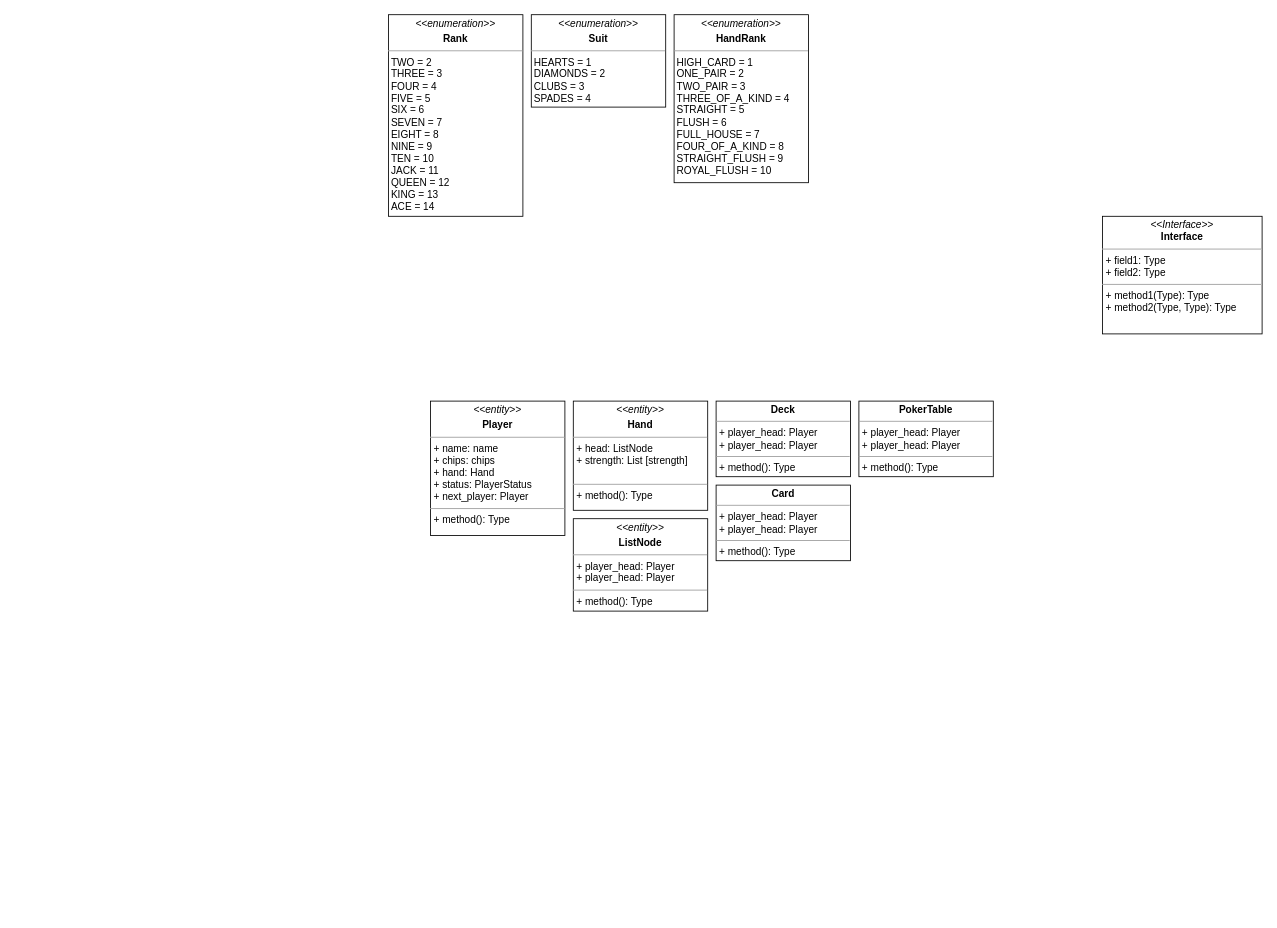
This is poker-game.drawio from windx987/poker-games, a draw.io file, before an edit. Source tidied: cells renumbered, new cells numbered last; positions are measured from the earlier drawing's top-left corner, leaving out a move shared by most shapes. Both pictures are drawn from the tidied source at 84%, with x=0, y=0 at pixel (388, 14).
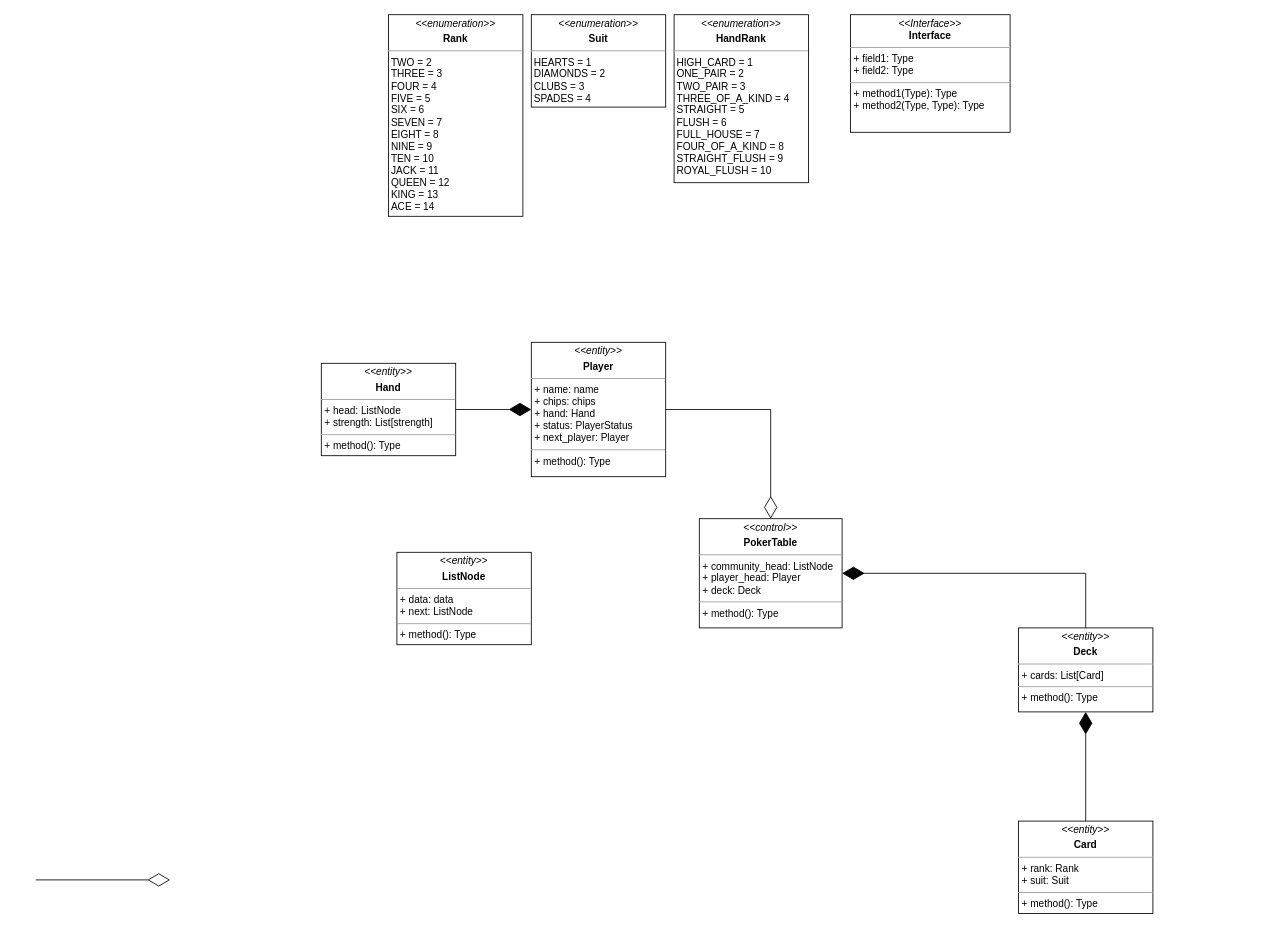
After the change.

The edit, as a diff of the source:
```diff
@@
     <mxCell id="2" value="&lt;p style=&quot;margin:0px;margin-top:4px;text-align:center;&quot;&gt;&lt;i&gt;&amp;lt;&amp;lt;Interface&amp;gt;&amp;gt;&lt;/i&gt;&lt;br/&gt;&lt;b&gt;Interface&lt;/b&gt;&lt;/p&gt;&lt;hr size=&quot;1&quot;/&gt;&lt;p style=&quot;margin:0px;margin-left:4px;&quot;&gt;+ field1: Type&lt;br/&gt;+ field2: Type&lt;/p&gt;&lt;hr size=&quot;1&quot;/&gt;&lt;p style=&quot;margin:0px;margin-left:4px;&quot;&gt;+ method1(Type): Type&lt;br/&gt;+ method2(Type, Type): Type&lt;/p&gt;" style="verticalAlign=top;align=left;overflow=fill;fontSize=12;fontFamily=Helvetica;html=1;whiteSpace=wrap;" parent="1" vertex="1">
-      <mxGeometry x="850" y="240" width="190" height="140" as="geometry" />
+      <mxGeometry x="550" width="190" height="140" as="geometry" />
     </mxCell>
-    <mxCell id="3" value="&lt;p style=&quot;margin:0px;margin-top:4px;text-align:center;&quot;&gt;&lt;b&gt;PokerTable&lt;/b&gt;&lt;/p&gt;&lt;hr size=&quot;1&quot;&gt;&lt;p style=&quot;margin:0px;margin-left:4px;&quot;&gt;+ player_head: Player&lt;/p&gt;&lt;p style=&quot;margin:0px;margin-left:4px;&quot;&gt;+ player_head: Player&lt;br&gt;&lt;/p&gt;&lt;hr size=&quot;1&quot;&gt;&lt;p style=&quot;margin:0px;margin-left:4px;&quot;&gt;+ method(): Type&lt;/p&gt;" style="verticalAlign=top;align=left;overflow=fill;fontSize=12;fontFamily=Helvetica;html=1;whiteSpace=wrap;" parent="1" vertex="1">
-      <mxGeometry x="560" y="460" width="160" height="90" as="geometry" />
+    <mxCell id="3" value="&lt;p style=&quot;margin:0px;margin-top:4px;text-align:center;&quot;&gt;&lt;i style=&quot;border-color: var(--border-color);&quot;&gt;&amp;lt;&amp;lt;control&amp;gt;&amp;gt;&lt;/i&gt;&lt;b style=&quot;&quot;&gt;&lt;br&gt;&lt;/b&gt;&lt;/p&gt;&lt;p style=&quot;margin:0px;margin-top:4px;text-align:center;&quot;&gt;&lt;b&gt;PokerTable&lt;/b&gt;&lt;/p&gt;&lt;hr size=&quot;1&quot;&gt;&lt;p style=&quot;margin:0px;margin-left:4px;&quot;&gt;+ community_head: ListNode&lt;/p&gt;&lt;p style=&quot;margin:0px;margin-left:4px;&quot;&gt;+ player_head: Player&lt;br&gt;&lt;/p&gt;&lt;p style=&quot;margin:0px;margin-left:4px;&quot;&gt;+ deck: Deck&lt;/p&gt;&lt;hr size=&quot;1&quot;&gt;&lt;p style=&quot;margin:0px;margin-left:4px;&quot;&gt;+ method(): Type&lt;/p&gt;" style="verticalAlign=top;align=left;overflow=fill;fontSize=12;fontFamily=Helvetica;html=1;whiteSpace=wrap;" parent="1" vertex="1">
+      <mxGeometry x="370" y="600" width="170" height="130" as="geometry" />
     </mxCell>
     <mxCell id="4" value="&lt;p style=&quot;margin:0px;margin-top:4px;text-align:center;&quot;&gt;&lt;i style=&quot;border-color: var(--border-color);&quot;&gt;&amp;lt;&amp;lt;entity&amp;gt;&amp;gt;&lt;/i&gt;&lt;b style=&quot;&quot;&gt;&lt;br&gt;&lt;/b&gt;&lt;/p&gt;&lt;p style=&quot;margin:0px;margin-top:4px;text-align:center;&quot;&gt;&lt;b&gt;Player&lt;/b&gt;&lt;/p&gt;&lt;hr size=&quot;1&quot;&gt;&lt;p style=&quot;margin:0px;margin-left:4px;&quot;&gt;+ name: name&lt;/p&gt;&lt;p style=&quot;margin:0px;margin-left:4px;&quot;&gt;+ chips: chips&lt;br&gt;&lt;/p&gt;&lt;p style=&quot;margin:0px;margin-left:4px;&quot;&gt;+ hand: Hand&lt;br&gt;&lt;/p&gt;&lt;p style=&quot;margin:0px;margin-left:4px;&quot;&gt;+ status: PlayerStatus&lt;br&gt;&lt;/p&gt;&lt;p style=&quot;margin:0px;margin-left:4px;&quot;&gt;+ next_player: Player&lt;br&gt;&lt;/p&gt;&lt;hr size=&quot;1&quot;&gt;&lt;p style=&quot;margin:0px;margin-left:4px;&quot;&gt;+ method(): Type&lt;/p&gt;" style="verticalAlign=top;align=left;overflow=fill;fontSize=12;fontFamily=Helvetica;html=1;whiteSpace=wrap;" parent="1" vertex="1">
-      <mxGeometry x="50" y="460" width="160" height="160" as="geometry" />
+      <mxGeometry x="170" y="390" width="160" height="160" as="geometry" />
     </mxCell>
-    <mxCell id="5" value="&lt;p style=&quot;margin:0px;margin-top:4px;text-align:center;&quot;&gt;&lt;b&gt;Deck&lt;/b&gt;&lt;/p&gt;&lt;hr size=&quot;1&quot;&gt;&lt;p style=&quot;margin:0px;margin-left:4px;&quot;&gt;+ player_head: Player&lt;/p&gt;&lt;p style=&quot;margin:0px;margin-left:4px;&quot;&gt;+ player_head: Player&lt;br&gt;&lt;/p&gt;&lt;hr size=&quot;1&quot;&gt;&lt;p style=&quot;margin:0px;margin-left:4px;&quot;&gt;+ method(): Type&lt;/p&gt;" style="verticalAlign=top;align=left;overflow=fill;fontSize=12;fontFamily=Helvetica;html=1;whiteSpace=wrap;" parent="1" vertex="1">
-      <mxGeometry x="390" y="460" width="160" height="90" as="geometry" />
-    </mxCell>
-    <mxCell id="6" value="&lt;p style=&quot;margin:0px;margin-top:4px;text-align:center;&quot;&gt;&lt;b&gt;Card&lt;/b&gt;&lt;/p&gt;&lt;hr size=&quot;1&quot;&gt;&lt;p style=&quot;margin:0px;margin-left:4px;&quot;&gt;+ player_head: Player&lt;/p&gt;&lt;p style=&quot;margin:0px;margin-left:4px;&quot;&gt;+ player_head: Player&lt;br&gt;&lt;/p&gt;&lt;hr size=&quot;1&quot;&gt;&lt;p style=&quot;margin:0px;margin-left:4px;&quot;&gt;+ method(): Type&lt;/p&gt;" style="verticalAlign=top;align=left;overflow=fill;fontSize=12;fontFamily=Helvetica;html=1;whiteSpace=wrap;" parent="1" vertex="1">
-      <mxGeometry x="390" y="560" width="160" height="90" as="geometry" />
-    </mxCell>
@@
-    <mxCell id="9" value="&lt;p style=&quot;margin:0px;margin-top:4px;text-align:center;&quot;&gt;&lt;i style=&quot;border-color: var(--border-color);&quot;&gt;&amp;lt;&amp;lt;entity&amp;gt;&amp;gt;&lt;/i&gt;&lt;b style=&quot;&quot;&gt;&lt;br&gt;&lt;/b&gt;&lt;/p&gt;&lt;p style=&quot;margin:0px;margin-top:4px;text-align:center;&quot;&gt;&lt;b&gt;ListNode&lt;/b&gt;&lt;/p&gt;&lt;hr size=&quot;1&quot;&gt;&lt;p style=&quot;margin:0px;margin-left:4px;&quot;&gt;+ player_head: Player&lt;/p&gt;&lt;p style=&quot;margin:0px;margin-left:4px;&quot;&gt;+ player_head: Player&lt;br&gt;&lt;/p&gt;&lt;hr size=&quot;1&quot;&gt;&lt;p style=&quot;margin:0px;margin-left:4px;&quot;&gt;+ method(): Type&lt;/p&gt;" style="verticalAlign=top;align=left;overflow=fill;fontSize=12;fontFamily=Helvetica;html=1;whiteSpace=wrap;" parent="1" vertex="1">
-      <mxGeometry x="220" y="600" width="160" height="110" as="geometry" />
+    <mxCell id="9" value="&lt;p style=&quot;margin:0px;margin-top:4px;text-align:center;&quot;&gt;&lt;i style=&quot;border-color: var(--border-color);&quot;&gt;&amp;lt;&amp;lt;entity&amp;gt;&amp;gt;&lt;/i&gt;&lt;b style=&quot;&quot;&gt;&lt;br&gt;&lt;/b&gt;&lt;/p&gt;&lt;p style=&quot;margin:0px;margin-top:4px;text-align:center;&quot;&gt;&lt;b&gt;ListNode&lt;/b&gt;&lt;/p&gt;&lt;hr size=&quot;1&quot;&gt;&lt;p style=&quot;margin:0px;margin-left:4px;&quot;&gt;+ data: data&lt;/p&gt;&lt;p style=&quot;margin: 0px 0px 0px 4px;&quot;&gt;+ next: ListNode&lt;br&gt;&lt;/p&gt;&lt;hr size=&quot;1&quot;&gt;&lt;p style=&quot;margin:0px;margin-left:4px;&quot;&gt;+ method(): Type&lt;/p&gt;" style="verticalAlign=top;align=left;overflow=fill;fontSize=12;fontFamily=Helvetica;html=1;whiteSpace=wrap;" parent="1" vertex="1">
+      <mxGeometry x="10" y="640" width="160" height="110" as="geometry" />
     </mxCell>
-    <mxCell id="10" value="&lt;p style=&quot;margin:0px;margin-top:4px;text-align:center;&quot;&gt;&lt;i style=&quot;border-color: var(--border-color);&quot;&gt;&amp;lt;&amp;lt;entity&amp;gt;&amp;gt;&lt;/i&gt;&lt;b style=&quot;&quot;&gt;&lt;br&gt;&lt;/b&gt;&lt;/p&gt;&lt;p style=&quot;margin:0px;margin-top:4px;text-align:center;&quot;&gt;&lt;b&gt;Hand&lt;/b&gt;&lt;/p&gt;&lt;hr size=&quot;1&quot;&gt;&lt;p style=&quot;margin:0px;margin-left:4px;&quot;&gt;+ head: ListNode&lt;/p&gt;&lt;p style=&quot;margin: 0px 0px 0px 4px;&quot;&gt;+ strength: List [strength]&lt;/p&gt;&lt;br&gt;&lt;hr size=&quot;1&quot;&gt;&lt;p style=&quot;margin:0px;margin-left:4px;&quot;&gt;+ method(): Type&lt;/p&gt;" style="verticalAlign=top;align=left;overflow=fill;fontSize=12;fontFamily=Helvetica;html=1;whiteSpace=wrap;" parent="1" vertex="1">
-      <mxGeometry x="220" y="460" width="160" height="130" as="geometry" />
-    </mxCell>
@@
+    <mxCell id="13" value="&lt;p style=&quot;margin:0px;margin-top:4px;text-align:center;&quot;&gt;&lt;i style=&quot;border-color: var(--border-color);&quot;&gt;&amp;lt;&amp;lt;entity&amp;gt;&amp;gt;&lt;/i&gt;&lt;b style=&quot;&quot;&gt;&lt;br&gt;&lt;/b&gt;&lt;/p&gt;&lt;p style=&quot;margin:0px;margin-top:4px;text-align:center;&quot;&gt;&lt;b&gt;Deck&lt;/b&gt;&lt;/p&gt;&lt;hr size=&quot;1&quot;&gt;&lt;p style=&quot;margin:0px;margin-left:4px;&quot;&gt;+ cards: List[Card]&lt;/p&gt;&lt;hr size=&quot;1&quot;&gt;&lt;p style=&quot;margin:0px;margin-left:4px;&quot;&gt;+ method(): Type&lt;/p&gt;" style="verticalAlign=top;align=left;overflow=fill;fontSize=12;fontFamily=Helvetica;html=1;whiteSpace=wrap;" parent="1" vertex="1">
+      <mxGeometry x="750" y="730" width="160" height="100" as="geometry" />
+    </mxCell>
+    <mxCell id="14" value="&lt;p style=&quot;margin:0px;margin-top:4px;text-align:center;&quot;&gt;&lt;i style=&quot;border-color: var(--border-color);&quot;&gt;&amp;lt;&amp;lt;entity&amp;gt;&amp;gt;&lt;/i&gt;&lt;b style=&quot;&quot;&gt;&lt;br&gt;&lt;/b&gt;&lt;/p&gt;&lt;p style=&quot;margin:0px;margin-top:4px;text-align:center;&quot;&gt;&lt;b&gt;Hand&lt;/b&gt;&lt;/p&gt;&lt;hr size=&quot;1&quot;&gt;&lt;p style=&quot;border-color: var(--border-color); margin: 0px 0px 0px 4px;&quot;&gt;+ head: ListNode&lt;/p&gt;&lt;p style=&quot;border-color: var(--border-color); margin: 0px 0px 0px 4px;&quot;&gt;+ strength: List[strength]&lt;/p&gt;&lt;hr size=&quot;1&quot;&gt;&lt;p style=&quot;margin:0px;margin-left:4px;&quot;&gt;+ method(): Type&lt;/p&gt;" style="verticalAlign=top;align=left;overflow=fill;fontSize=12;fontFamily=Helvetica;html=1;whiteSpace=wrap;" parent="1" vertex="1">
+      <mxGeometry x="-80" y="415" width="160" height="110" as="geometry" />
+    </mxCell>
+    <mxCell id="15" value="&lt;p style=&quot;margin:0px;margin-top:4px;text-align:center;&quot;&gt;&lt;i style=&quot;border-color: var(--border-color);&quot;&gt;&amp;lt;&amp;lt;entity&amp;gt;&amp;gt;&lt;/i&gt;&lt;b style=&quot;&quot;&gt;&lt;br&gt;&lt;/b&gt;&lt;/p&gt;&lt;p style=&quot;margin:0px;margin-top:4px;text-align:center;&quot;&gt;&lt;b style=&quot;border-color: var(--border-color);&quot;&gt;Card&lt;/b&gt;&lt;br&gt;&lt;/p&gt;&lt;hr size=&quot;1&quot;&gt;&lt;p style=&quot;border-color: var(--border-color); margin: 0px 0px 0px 4px;&quot;&gt;+ rank: Rank&lt;/p&gt;&lt;p style=&quot;border-color: var(--border-color); margin: 0px 0px 0px 4px;&quot;&gt;+ suit: Suit&lt;/p&gt;&lt;hr size=&quot;1&quot;&gt;&lt;p style=&quot;margin:0px;margin-left:4px;&quot;&gt;+ method(): Type&lt;/p&gt;" style="verticalAlign=top;align=left;overflow=fill;fontSize=12;fontFamily=Helvetica;html=1;whiteSpace=wrap;" parent="1" vertex="1">
+      <mxGeometry x="750" y="960" width="160" height="110" as="geometry" />
+    </mxCell>
+    <mxCell id="16" style="endArrow=diamondThin;endFill=1;endSize=24;html=1;rounded=0;exitX=0.5;exitY=0;exitDx=0;exitDy=0;entryX=0.5;entryY=1;entryDx=0;entryDy=0;" parent="1" edge="1" source="15" target="13">
+      <mxGeometry relative="1" as="geometry" />
+    </mxCell>
+    <mxCell id="17" style="endArrow=diamondThin;endFill=0;endSize=24;html=1;rounded=0;" parent="1" edge="1">
+      <mxGeometry relative="1" as="geometry">
+        <mxPoint x="-420" y="1030" as="sourcePoint" />
+        <mxPoint x="-260" y="1030" as="targetPoint" />
+      </mxGeometry>
+    </mxCell>
+    <mxCell id="18" style="endArrow=diamondThin;endFill=1;endSize=24;html=1;rounded=0;entryX=0;entryY=0.5;entryDx=0;entryDy=0;exitX=1;exitY=0.5;exitDx=0;exitDy=0;" parent="1" edge="1" source="14" target="4">
+      <mxGeometry relative="1" as="geometry" />
+    </mxCell>
+    <mxCell id="19" style="endArrow=diamondThin;endFill=1;endSize=24;html=1;rounded=0;entryX=1;entryY=0.5;entryDx=0;entryDy=0;exitX=0.5;exitY=0;exitDx=0;exitDy=0;" parent="1" edge="1" source="13" target="3">
+      <mxGeometry relative="1" as="geometry">
+        <Array as="points">
+          <mxPoint x="830" y="665" />
+        </Array>
+      </mxGeometry>
+    </mxCell>
+    <mxCell id="20" style="endArrow=diamondThin;endFill=0;endSize=24;html=1;rounded=0;entryX=0.5;entryY=0;entryDx=0;entryDy=0;exitX=1;exitY=0.5;exitDx=0;exitDy=0;" parent="1" edge="1" source="4" target="3">
+      <mxGeometry relative="1" as="geometry">
+        <Array as="points">
+          <mxPoint x="455" y="470" />
+        </Array>
+      </mxGeometry>
+    </mxCell>
```
